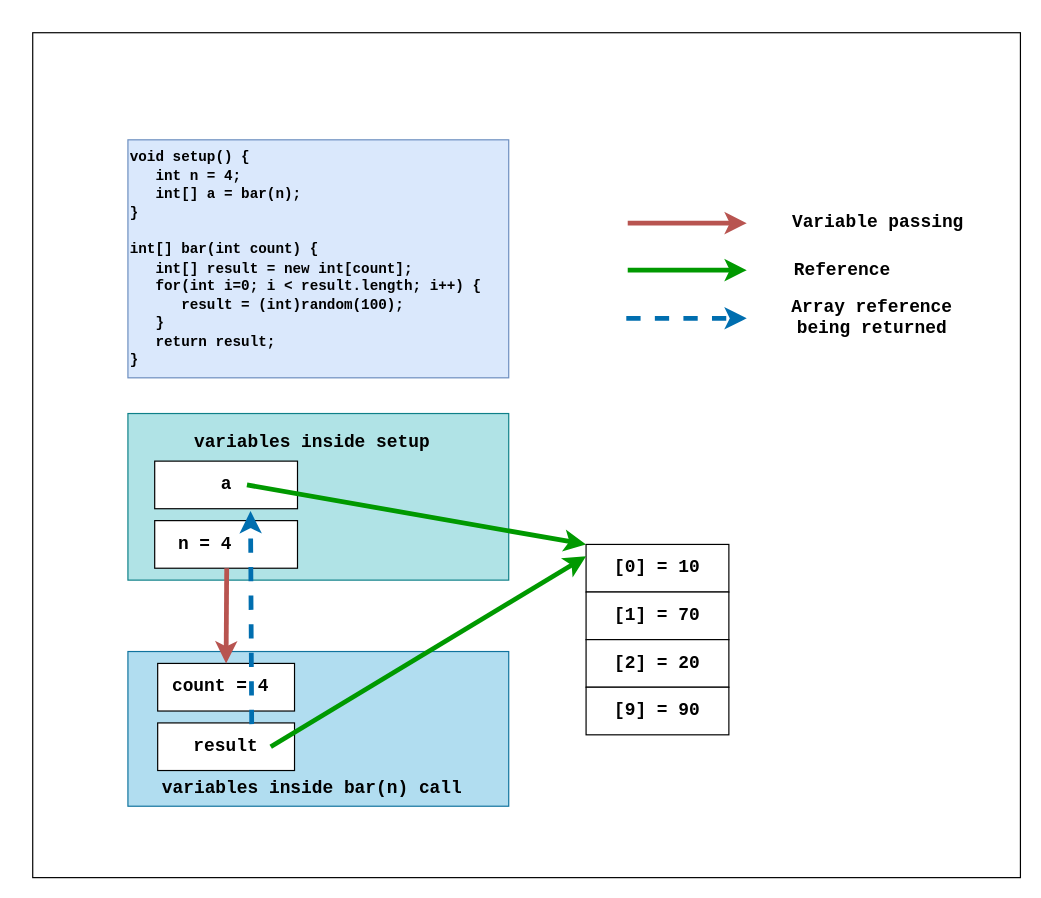
Before: functionReturningArray.drawio in gaurav1780/sourceCodes, a draw.io diagram. Source tidied: cells renumbered, new cells numbered last; positions are measured from the earlier drawing's top-left corner, leaving out a move shared by most shapes. Both pictures are drawn from the tidied source at 119%, with x=0, y=0 at pixel (32, 32).
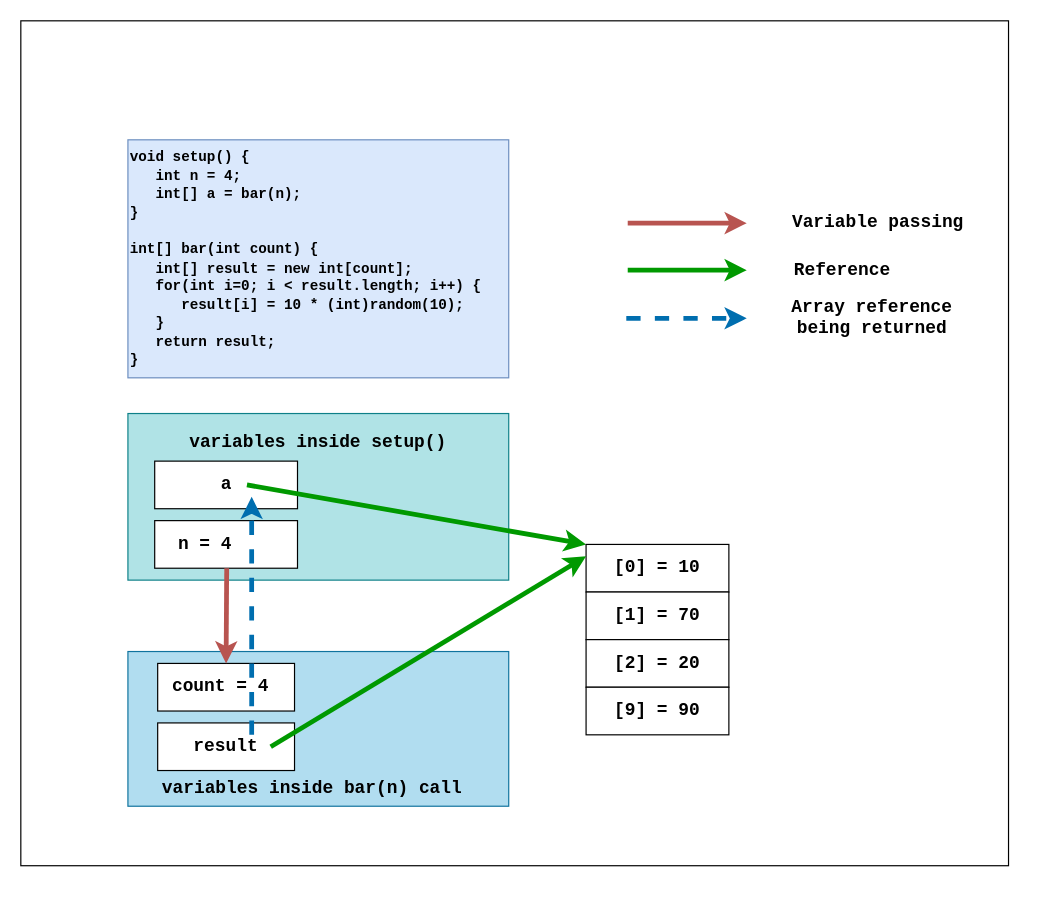
Above is the later version.

Unchanged cells that the change refers to:
```xml
<mxCell id="5" value="a" style="rounded=0;whiteSpace=wrap;html=1;fontFamily=Courier New;align=center;fontSize=15;fontStyle=1;" parent="1" vertex="1">
  <mxGeometry x="102.5" y="360" width="120" height="40" as="geometry" />
</mxCell>
<mxCell id="16" value="result" style="rounded=0;whiteSpace=wrap;html=1;fontFamily=Courier New;align=center;fontSize=15;fontStyle=1;" parent="1" vertex="1">
  <mxGeometry x="105" y="580" width="115" height="40" as="geometry" />
</mxCell>
```

Diff of the diagram source:
```diff
@@
     <mxCell id="2" style="rounded=0;whiteSpace=wrap;html=1;fontFamily=Courier New;fontSize=13;fontColor=#000000;align=center;" parent="1" vertex="1">
-      <mxGeometry width="830" height="710" as="geometry" />
+      <mxGeometry x="-10" y="-10" width="830" height="710" as="geometry" />
     </mxCell>
-    <mxCell id="3" value="&lt;font style=&quot;font-size: 12px&quot;&gt;void setup() {&lt;br&gt;&amp;nbsp; &amp;nbsp;int n = 4;&lt;br&gt;&amp;nbsp; &amp;nbsp;int[] a = bar(n);&lt;br&gt;}&lt;br&gt;&lt;br&gt;int[] bar(int count) {&lt;br&gt;&amp;nbsp; &amp;nbsp;int[] result = new int[count];&lt;br&gt;&amp;nbsp; &amp;nbsp;for(int i=0; i &amp;lt; result.length; i++) {&lt;br&gt;&amp;nbsp; &amp;nbsp; &amp;nbsp; result = (int)random(100);&lt;br&gt;&amp;nbsp; &amp;nbsp;}&lt;br&gt;&amp;nbsp; &amp;nbsp;return result;&lt;br&gt;}&lt;/font&gt;" style="text;html=1;strokeColor=#6c8ebf;fillColor=#dae8fc;align=left;verticalAlign=middle;whiteSpace=wrap;rounded=0;fontStyle=1;fontFamily=Courier New;fontSize=13;" parent="1" vertex="1">
+    <mxCell id="3" value="&lt;font style=&quot;font-size: 12px&quot;&gt;void setup() {&lt;br&gt;&amp;nbsp; &amp;nbsp;int n = 4;&lt;br&gt;&amp;nbsp; &amp;nbsp;int[] a = bar(n);&lt;br&gt;}&lt;br&gt;&lt;br&gt;int[] bar(int count) {&lt;br&gt;&amp;nbsp; &amp;nbsp;int[] result = new int[count];&lt;br&gt;&amp;nbsp; &amp;nbsp;for(int i=0; i &amp;lt; result.length; i++) {&lt;br&gt;&amp;nbsp; &amp;nbsp; &amp;nbsp; result[i] = 10 * (int)random(10);&lt;br&gt;&amp;nbsp; &amp;nbsp;}&lt;br&gt;&amp;nbsp; &amp;nbsp;return result;&lt;br&gt;}&lt;/font&gt;" style="text;html=1;strokeColor=#6c8ebf;fillColor=#dae8fc;align=left;verticalAlign=middle;whiteSpace=wrap;rounded=0;fontStyle=1;fontFamily=Courier New;fontSize=13;" parent="1" vertex="1">
       <mxGeometry x="80" y="90" width="320" height="200" as="geometry" />
     </mxCell>
@@
-    <mxCell id="12" value="variables inside setup" style="text;html=1;strokeColor=none;fillColor=none;align=center;verticalAlign=middle;whiteSpace=wrap;rounded=0;fontFamily=Courier New;fontSize=15;fontStyle=1;" parent="1" vertex="1">
-      <mxGeometry x="130" y="330" width="210" height="30" as="geometry" />
+    <mxCell id="12" value="variables inside setup()" style="text;html=1;strokeColor=none;fillColor=none;align=center;verticalAlign=middle;whiteSpace=wrap;rounded=0;fontFamily=Courier New;fontSize=15;fontStyle=1;" parent="1" vertex="1">
+      <mxGeometry x="130" y="330" width="220" height="30" as="geometry" />
     </mxCell>
@@
-    <mxCell id="18" style="endArrow=classic;html=1;rounded=0;fontFamily=Courier New;fontSize=15;fontColor=#CC99FF;dashed=1;strokeWidth=4;fillColor=#1ba1e2;strokeColor=#006EAF;exitX=0.687;exitY=0.025;exitDx=0;exitDy=0;entryX=0.671;entryY=1.05;entryDx=0;entryDy=0;entryPerimeter=0;exitPerimeter=0;" parent="1" edge="1" source="16" target="5">
-      <mxGeometry relative="1" as="geometry" />
+    <mxCell id="18" style="endArrow=classic;html=1;rounded=0;fontFamily=Courier New;fontSize=15;fontColor=#CC99FF;dashed=1;strokeWidth=4;fillColor=#1ba1e2;strokeColor=#006EAF;entryX=0.679;entryY=0.75;entryDx=0;entryDy=0;entryPerimeter=0;" parent="1" edge="1" target="5">
+      <mxGeometry relative="1" as="geometry">
+        <mxPoint x="184" y="590" as="sourcePoint" />
+      </mxGeometry>
     </mxCell>
```
